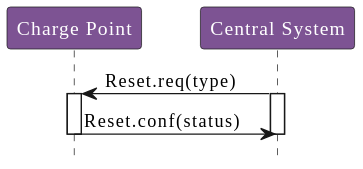
Above: OCPP_1.6/images/figure_35.svg in phoi5675/ocpp-markdown (PlantUML), before the change.
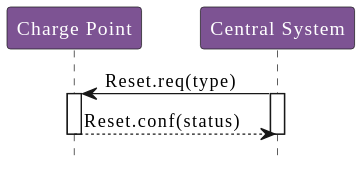
After the commit.

What changed in the source:
```diff
@@ -5,12 +5,10 @@
 participant "Central System" as CentralSystem
 
 CentralSystem -> ChargePoint : Reset.req(type)
-
 activate ChargePoint
 activate CentralSystem
 
-ChargePoint -> CentralSystem : Reset.conf(status)
-
+ChargePoint --> CentralSystem : Reset.conf(status)
 deactivate CentralSystem
 deactivate ChargePoint
 @enduml
```
